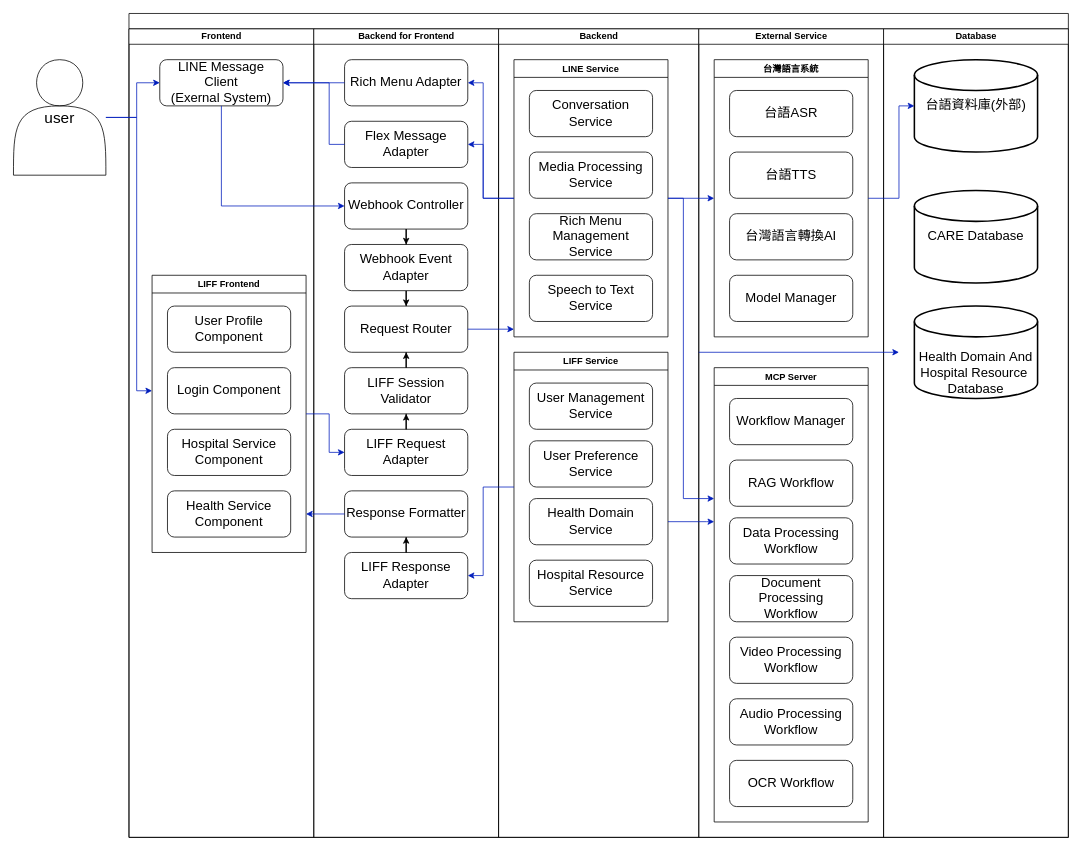
Above: images/架構圖/CARE架構圖.drawio in Yanagi-0912/Health-Info-System-Documents (draw.io), before the change. Source tidied: cells renumbered, new cells numbered last; positions are measured from the earlier drawing's top-left corner, leaving out a move shared by most shapes. Both pictures are drawn from the tidied source at 77%, with x=0, y=0 at pixel (13, 13).
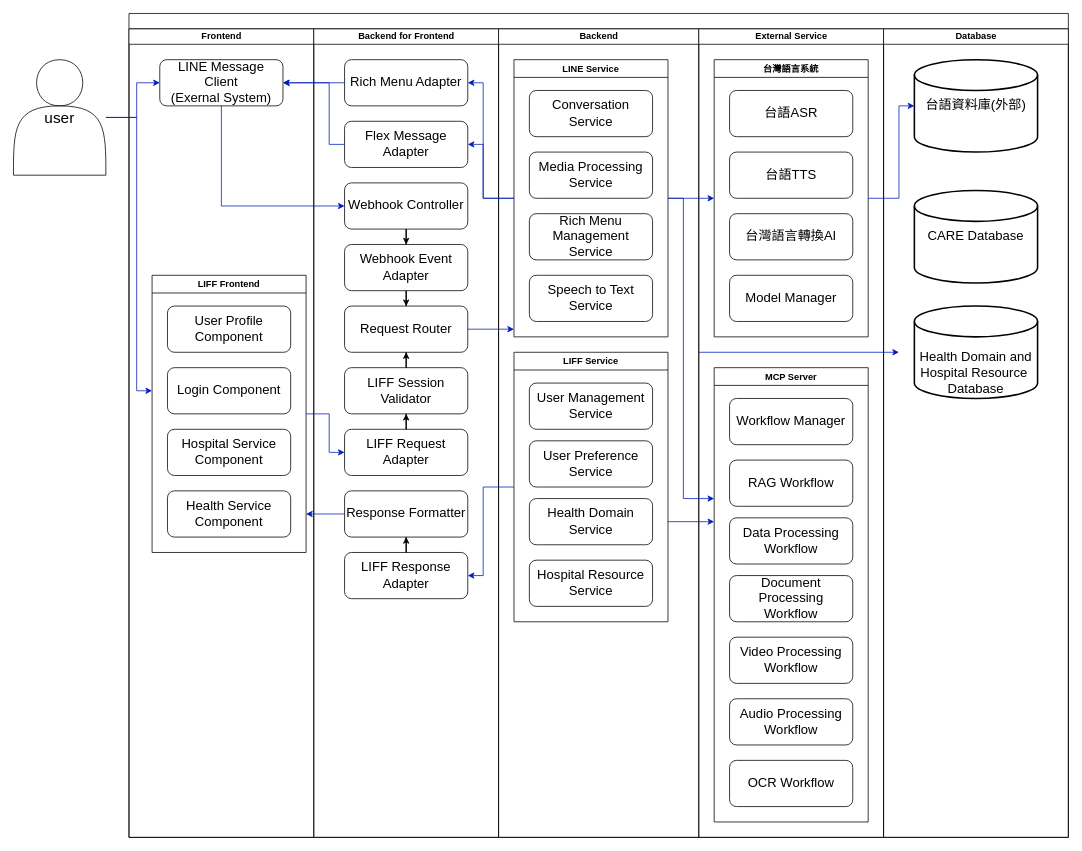
Above is the later version.

The change refers to these unchanged cells:
```xml
<mxCell id="50" value="Database" style="swimlane;startSize=20;html=1;" parent="2" vertex="1">
  <mxGeometry x="980" y="20" width="240" height="1050" as="geometry" />
</mxCell>
```

The edit, as a diff of the source:
```diff
@@
-    <mxCell id="53" value="Health Domain&amp;nbsp;And&lt;br&gt;Hospital Resource&amp;nbsp;&lt;br&gt;Database" style="strokeWidth=2;shape=mxgraph.flowchart.database;whiteSpace=wrap;fontSize=17;fontColor=default;textShadow=0;html=1;fontStyle=0;verticalAlign=bottom;" parent="50" vertex="1">
+    <mxCell id="53" value="Health Domain and&lt;br&gt;Hospital Resource&amp;nbsp;&lt;br&gt;Database" style="strokeWidth=2;shape=mxgraph.flowchart.database;whiteSpace=wrap;fontSize=17;fontColor=default;textShadow=0;html=1;fontStyle=0;verticalAlign=bottom;" parent="50" vertex="1">
       <mxGeometry x="40" y="360" width="160" height="120" as="geometry" />
     </mxCell>
```
